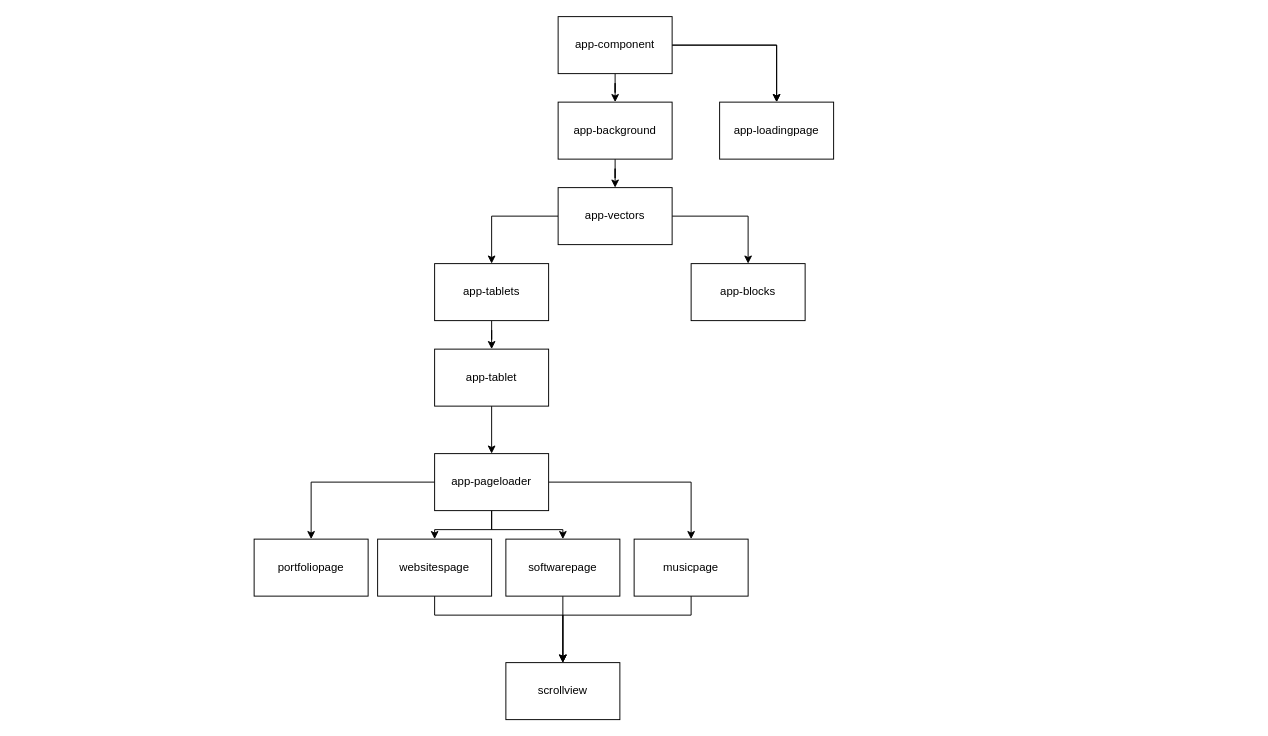
Above: blueprints/component hierarchy.drawio in DoubleCouponDay/portfolio (draw.io), before the change. Source tidied: cells renumbered, new cells numbered last; positions are measured from the earlier drawing's top-left corner, leaving out a move shared by most shapes. Both pictures are drawn from the tidied source at 95%, with x=0, y=0 at pixel (254, 16).
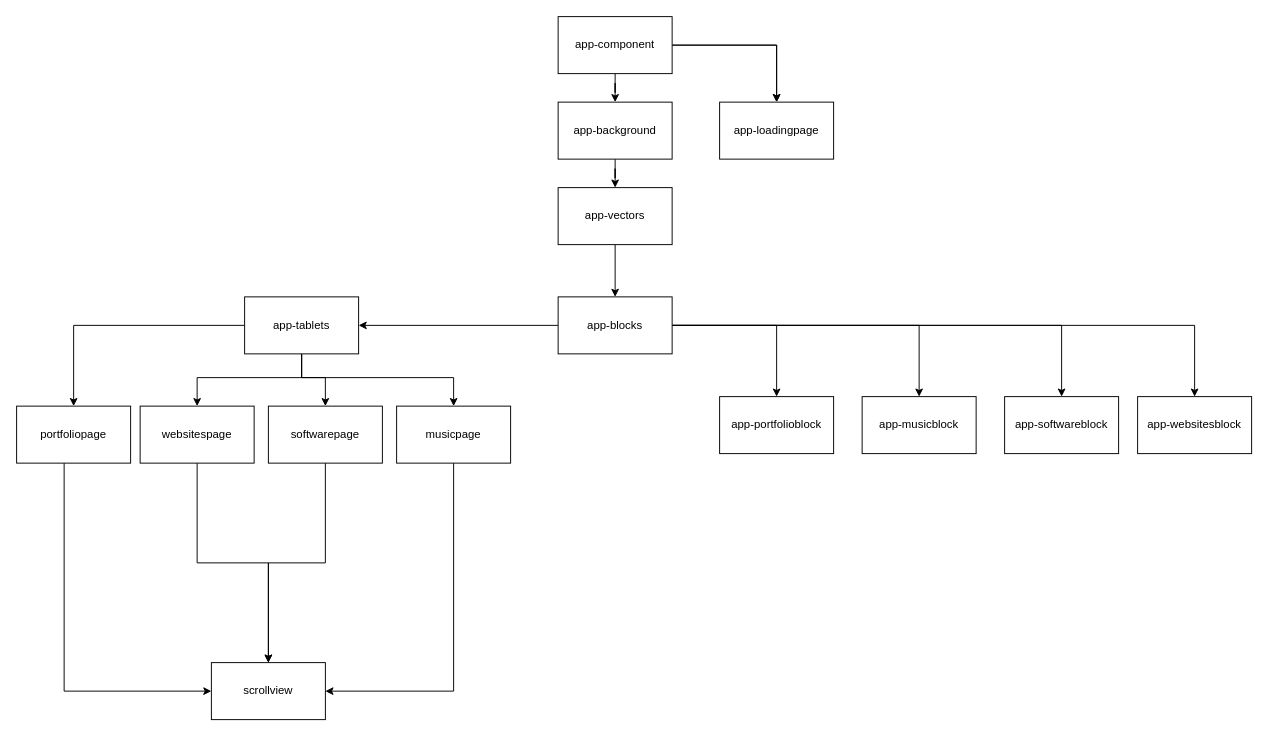
After the change.

The change refers to these unchanged cells:
```xml
<mxCell id="10" value="app-vectors" style="rounded=0;whiteSpace=wrap;html=1;" parent="1" vertex="1">
  <mxGeometry x="320" y="180" width="120" height="60" as="geometry" />
</mxCell>
```

Change to the diagram source:
```diff
@@
-    <mxCell id="9" style="edgeStyle=orthogonalEdgeStyle;rounded=0;jettySize=auto;html=1;entryX=0.5;entryY=0;entryDx=0;entryDy=0;" parent="1" edge="1" source="10" target="21">
-      <mxGeometry relative="1" as="geometry" />
-    </mxCell>
@@
+    <mxCell id="30" style="edgeStyle=orthogonalEdgeStyle;rounded=0;jettySize=auto;html=1;" parent="1" edge="1" source="11" target="38">
+      <mxGeometry relative="1" as="geometry" />
+    </mxCell>
+    <mxCell id="31" style="edgeStyle=orthogonalEdgeStyle;rounded=0;jettySize=auto;html=1;" parent="1" edge="1" source="11" target="37">
+      <mxGeometry relative="1" as="geometry" />
+    </mxCell>
+    <mxCell id="32" style="edgeStyle=orthogonalEdgeStyle;rounded=0;jettySize=auto;html=1;" parent="1" edge="1" source="11" target="36">
+      <mxGeometry relative="1" as="geometry" />
+    </mxCell>
+    <mxCell id="33" style="edgeStyle=orthogonalEdgeStyle;rounded=0;jettySize=auto;html=1;" parent="1" edge="1" source="11" target="35">
+      <mxGeometry relative="1" as="geometry" />
+    </mxCell>
+    <mxCell id="34" style="edgeStyle=orthogonalEdgeStyle;rounded=0;jettySize=auto;html=1;entryX=1;entryY=0.5;entryDx=0;entryDy=0;" parent="1" edge="1" source="11" target="21">
+      <mxGeometry relative="1" as="geometry" />
+    </mxCell>
     <mxCell id="11" value="app-blocks" style="rounded=0;whiteSpace=wrap;html=1;" parent="1" vertex="1">
-      <mxGeometry x="460" y="260" width="120" height="60" as="geometry" />
+      <mxGeometry x="320" y="295" width="120" height="60" as="geometry" />
     </mxCell>
+    <mxCell id="35" value="app-websitesblock" style="rounded=0;whiteSpace=wrap;html=1;" parent="1" vertex="1">
+      <mxGeometry x="930" y="400" width="120" height="60" as="geometry" />
+    </mxCell>
+    <mxCell id="36" value="app-softwareblock" style="rounded=0;whiteSpace=wrap;html=1;" parent="1" vertex="1">
+      <mxGeometry x="790" y="400" width="120" height="60" as="geometry" />
+    </mxCell>
+    <mxCell id="37" value="app-portfolioblock" style="rounded=0;whiteSpace=wrap;html=1;" parent="1" vertex="1">
+      <mxGeometry x="490" y="400" width="120" height="60" as="geometry" />
+    </mxCell>
+    <mxCell id="38" value="app-musicblock" style="rounded=0;whiteSpace=wrap;html=1;" parent="1" vertex="1">
+      <mxGeometry x="640" y="400" width="120" height="60" as="geometry" />
+    </mxCell>
-    <mxCell id="12" style="edgeStyle=orthogonalEdgeStyle;rounded=0;jettySize=auto;html=1;" parent="1" edge="1" source="13" target="18">
-      <mxGeometry relative="1" as="geometry" />
+    <mxCell id="12" style="edgeStyle=orthogonalEdgeStyle;rounded=0;orthogonalLoop=1;jettySize=auto;html=1;" parent="1" edge="1">
+      <mxGeometry relative="1" as="geometry">
+        <mxPoint x="345" y="520" as="sourcePoint" />
+      </mxGeometry>
     </mxCell>
-    <mxCell id="13" value="app-tablet" style="rounded=0;whiteSpace=wrap;html=1;" parent="1" vertex="1">
-      <mxGeometry x="190" y="350" width="120" height="60" as="geometry" />
-    </mxCell>
-    <mxCell id="14" style="edgeStyle=orthogonalEdgeStyle;rounded=0;jettySize=auto;html=1;" parent="1" edge="1" source="18" target="22">
-      <mxGeometry relative="1" as="geometry" />
-    </mxCell>
-    <mxCell id="15" style="edgeStyle=orthogonalEdgeStyle;rounded=0;jettySize=auto;html=1;entryX=0.5;entryY=0;entryDx=0;entryDy=0;" parent="1" edge="1" source="18" target="24">
-      <mxGeometry relative="1" as="geometry" />
-    </mxCell>
-    <mxCell id="16" style="edgeStyle=orthogonalEdgeStyle;rounded=0;jettySize=auto;html=1;entryX=0.5;entryY=0;entryDx=0;entryDy=0;" parent="1" edge="1" source="18" target="26">
-      <mxGeometry relative="1" as="geometry" />
-    </mxCell>
-    <mxCell id="17" style="edgeStyle=orthogonalEdgeStyle;rounded=0;jettySize=auto;html=1;entryX=0.5;entryY=0;entryDx=0;entryDy=0;" parent="1" edge="1" source="18" target="28">
-      <mxGeometry relative="1" as="geometry" />
-    </mxCell>
-    <mxCell id="18" value="app-pageloader" style="rounded=0;whiteSpace=wrap;html=1;" parent="1" vertex="1">
-      <mxGeometry x="190" y="460" width="120" height="60" as="geometry" />
-    </mxCell>
@@
-    <mxCell id="20" style="edgeStyle=orthogonalEdgeStyle;rounded=0;jettySize=auto;html=1;" parent="1" edge="1" source="21" target="13">
-      <mxGeometry relative="1" as="geometry" />
+    <mxCell id="20" style="edgeStyle=orthogonalEdgeStyle;rounded=0;orthogonalLoop=1;jettySize=auto;html=1;" parent="1" edge="1">
+      <mxGeometry relative="1" as="geometry">
+        <mxPoint x="345" y="460" as="targetPoint" />
+      </mxGeometry>
     </mxCell>
+    <mxCell id="27" style="edgeStyle=orthogonalEdgeStyle;rounded=0;jettySize=auto;html=1;" parent="1" edge="1" source="28" target="29">
+      <mxGeometry relative="1" as="geometry">
+        <Array as="points">
+          <mxPoint x="210" y="710" />
+        </Array>
+      </mxGeometry>
+    </mxCell>
+    <mxCell id="28" value="musicpage" style="rounded=0;whiteSpace=wrap;html=1;" parent="1" vertex="1">
+      <mxGeometry x="150" y="410" width="120" height="60" as="geometry" />
+    </mxCell>
+    <mxCell id="39" style="edgeStyle=orthogonalEdgeStyle;rounded=0;jettySize=auto;html=1;entryX=0.5;entryY=0;entryDx=0;entryDy=0;" parent="1" edge="1" source="21" target="22">
+      <mxGeometry relative="1" as="geometry" />
+    </mxCell>
+    <mxCell id="40" style="edgeStyle=orthogonalEdgeStyle;rounded=0;jettySize=auto;html=1;entryX=0.5;entryY=0;entryDx=0;entryDy=0;" parent="1" edge="1" source="21" target="24">
+      <mxGeometry relative="1" as="geometry">
+        <Array as="points">
+          <mxPoint x="50" y="380" />
+          <mxPoint x="-60" y="380" />
+        </Array>
+      </mxGeometry>
+    </mxCell>
+    <mxCell id="41" style="edgeStyle=orthogonalEdgeStyle;rounded=0;jettySize=auto;html=1;entryX=0.5;entryY=0;entryDx=0;entryDy=0;" parent="1" edge="1" source="21" target="26">
+      <mxGeometry relative="1" as="geometry">
+        <Array as="points">
+          <mxPoint x="50" y="380" />
+          <mxPoint x="75" y="380" />
+        </Array>
+      </mxGeometry>
+    </mxCell>
+    <mxCell id="42" style="edgeStyle=orthogonalEdgeStyle;rounded=0;jettySize=auto;html=1;entryX=0.5;entryY=0;entryDx=0;entryDy=0;" parent="1" edge="1" source="21" target="28">
+      <mxGeometry relative="1" as="geometry">
+        <Array as="points">
+          <mxPoint x="50" y="380" />
+          <mxPoint x="210" y="380" />
+        </Array>
+      </mxGeometry>
+    </mxCell>
     <mxCell id="21" value="app-tablets" style="rounded=0;whiteSpace=wrap;html=1;" parent="1" vertex="1">
-      <mxGeometry x="190" y="260" width="120" height="60" as="geometry" />
+      <mxGeometry x="-10" y="295" width="120" height="60" as="geometry" />
     </mxCell>
+    <mxCell id="43" style="edgeStyle=orthogonalEdgeStyle;rounded=0;jettySize=auto;html=1;entryX=0;entryY=0.5;entryDx=0;entryDy=0;" parent="1" edge="1" source="22" target="29">
+      <mxGeometry relative="1" as="geometry">
+        <Array as="points">
+          <mxPoint x="-200" y="710" />
+        </Array>
+      </mxGeometry>
+    </mxCell>
     <mxCell id="22" value="portfoliopage" style="rounded=0;whiteSpace=wrap;html=1;" parent="1" vertex="1">
-      <mxGeometry y="550" width="120" height="60" as="geometry" />
+      <mxGeometry x="-250" y="410" width="120" height="60" as="geometry" />
     </mxCell>
     <mxCell id="23" style="edgeStyle=orthogonalEdgeStyle;rounded=0;jettySize=auto;html=1;entryX=0.5;entryY=0;entryDx=0;entryDy=0;" parent="1" edge="1" source="24" target="29">
-      <mxGeometry relative="1" as="geometry">
-        <Array as="points">
-          <mxPoint x="190" y="630" />
-          <mxPoint x="325" y="630" />
-        </Array>
-      </mxGeometry>
+      <mxGeometry relative="1" as="geometry" />
     </mxCell>
     <mxCell id="24" value="websitespage" style="rounded=0;whiteSpace=wrap;html=1;" parent="1" vertex="1">
-      <mxGeometry x="130" y="550" width="120" height="60" as="geometry" />
+      <mxGeometry x="-120" y="410" width="120" height="60" as="geometry" />
     </mxCell>
@@
     <mxCell id="26" value="softwarepage" style="rounded=0;whiteSpace=wrap;html=1;" parent="1" vertex="1">
-      <mxGeometry x="265" y="550" width="120" height="60" as="geometry" />
+      <mxGeometry x="15" y="410" width="120" height="60" as="geometry" />
     </mxCell>
-    <mxCell id="27" style="edgeStyle=orthogonalEdgeStyle;rounded=0;jettySize=auto;html=1;entryX=0.5;entryY=0;entryDx=0;entryDy=0;" parent="1" edge="1" source="28" target="29">
-      <mxGeometry relative="1" as="geometry">
-        <Array as="points">
-          <mxPoint x="460" y="630" />
-          <mxPoint x="325" y="630" />
-        </Array>
-      </mxGeometry>
-    </mxCell>
-    <mxCell id="28" value="musicpage" style="rounded=0;whiteSpace=wrap;html=1;" parent="1" vertex="1">
-      <mxGeometry x="400" y="550" width="120" height="60" as="geometry" />
-    </mxCell>
     <mxCell id="29" value="scrollview" style="rounded=0;whiteSpace=wrap;html=1;" parent="1" vertex="1">
-      <mxGeometry x="265" y="680" width="120" height="60" as="geometry" />
+      <mxGeometry x="-45" y="680" width="120" height="60" as="geometry" />
     </mxCell>
```
